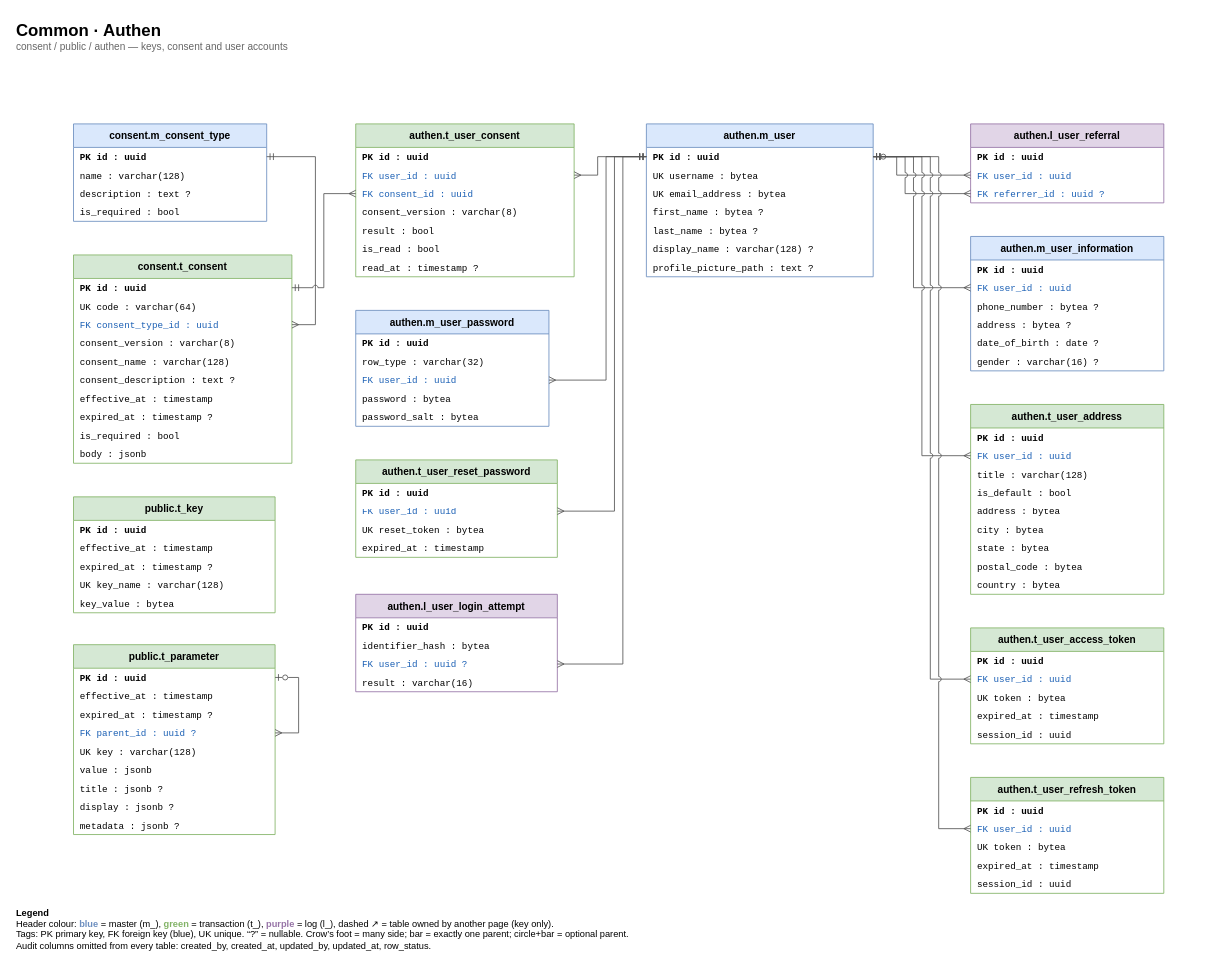
Before: page "1 Common · Authen" (2 of 8) of e-commerce/db/er-diagram.drawio in ittikornsopawan/system-analysis-and-design, a draw.io diagram. Source tidied: cells renumbered, new cells numbered last; positions are measured from the earlier drawing's top-left corner, leaving out a move shared by most shapes. Both pictures are drawn from the tidied source at 84%, with x=0, y=0 at pixel (14, 14).
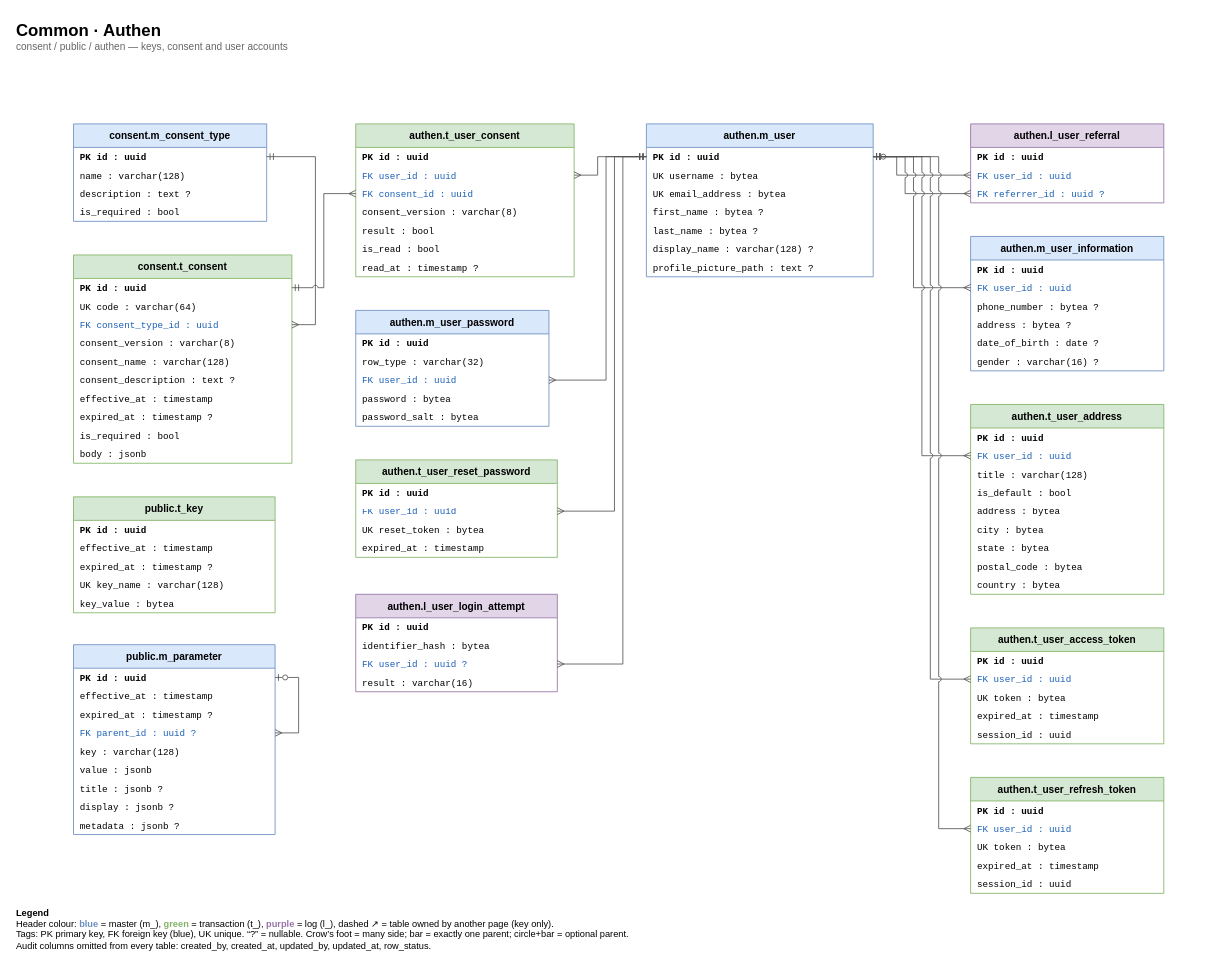
The same page after the edit.

Commit message (it also covers changes not shown here):
refactor(db): make the parameter table the master table m_parameter

The edit, as a diff of the source:
```diff
@@
-    <mxCell id="25" value="public.t_parameter" style="swimlane;fontStyle=1;horizontal=1;startSize=28;fillColor=#d5e8d4;strokeColor=#82b366;swimlaneFillColor=#ffffff;fontSize=12;" parent="1" vertex="1">
+    <mxCell id="25" value="public.m_parameter" style="swimlane;fontStyle=1;horizontal=1;startSize=28;fillColor=#dae8fc;strokeColor=#6c8ebf;swimlaneFillColor=#ffffff;fontSize=12;" parent="1" vertex="1">
       <mxGeometry x="70" y="750" width="240" height="226" as="geometry" />
     </mxCell>
@@
-    <mxCell id="30" value="UK    key : varchar(128)" style="text;html=0;strokeColor=none;fillColor=none;align=left;verticalAlign=middle;spacingLeft=6;spacingRight=4;overflow=hidden;whiteSpace=nowrap;fontFamily=Courier New;fontSize=11;" parent="25" vertex="1">
+    <mxCell id="30" value="      key : varchar(128)" style="text;html=0;strokeColor=none;fillColor=none;align=left;verticalAlign=middle;spacingLeft=6;spacingRight=4;overflow=hidden;whiteSpace=nowrap;fontFamily=Courier New;fontSize=11;" parent="25" vertex="1">
       <mxGeometry y="116" width="240" height="22" as="geometry" />
     </mxCell>
```
